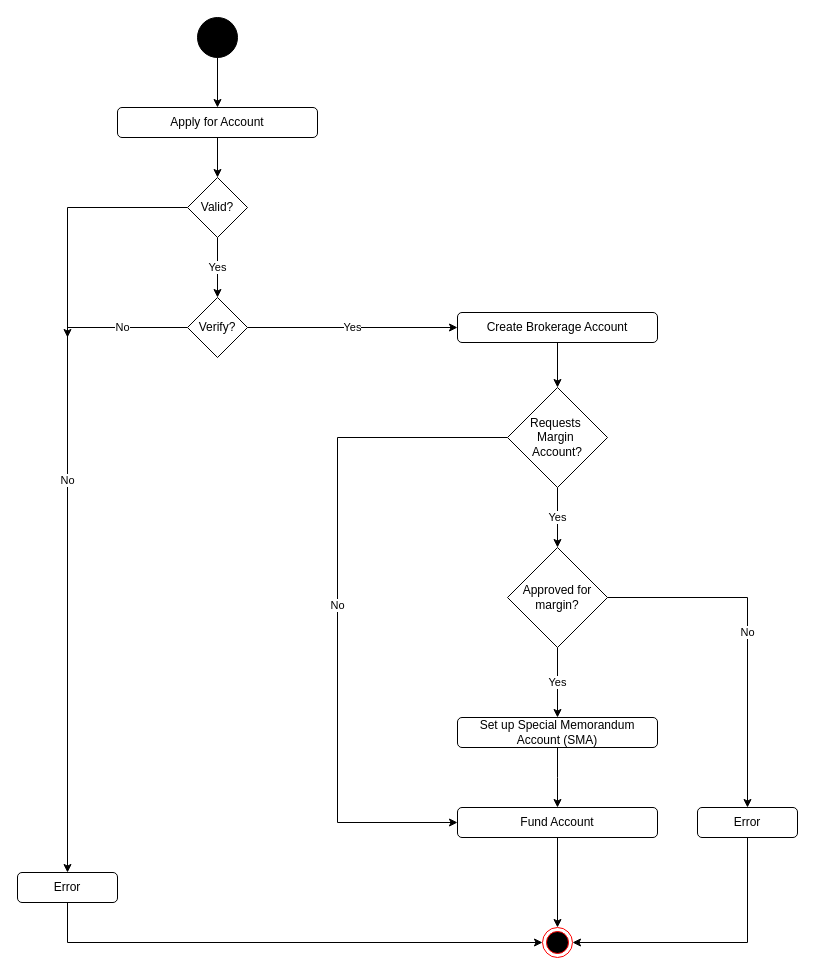
This is UC2:BuySecurity.drawio from dgboulger/SpoofTraderMarket, a draw.io file, before an edit. Source tidied: cells renumbered, new cells numbered last; positions are measured from the earlier drawing's top-left corner, leaving out a move shared by most shapes. Both pictures are drawn from the tidied source at 100%, with x=0, y=0 at pixel (17, 17).
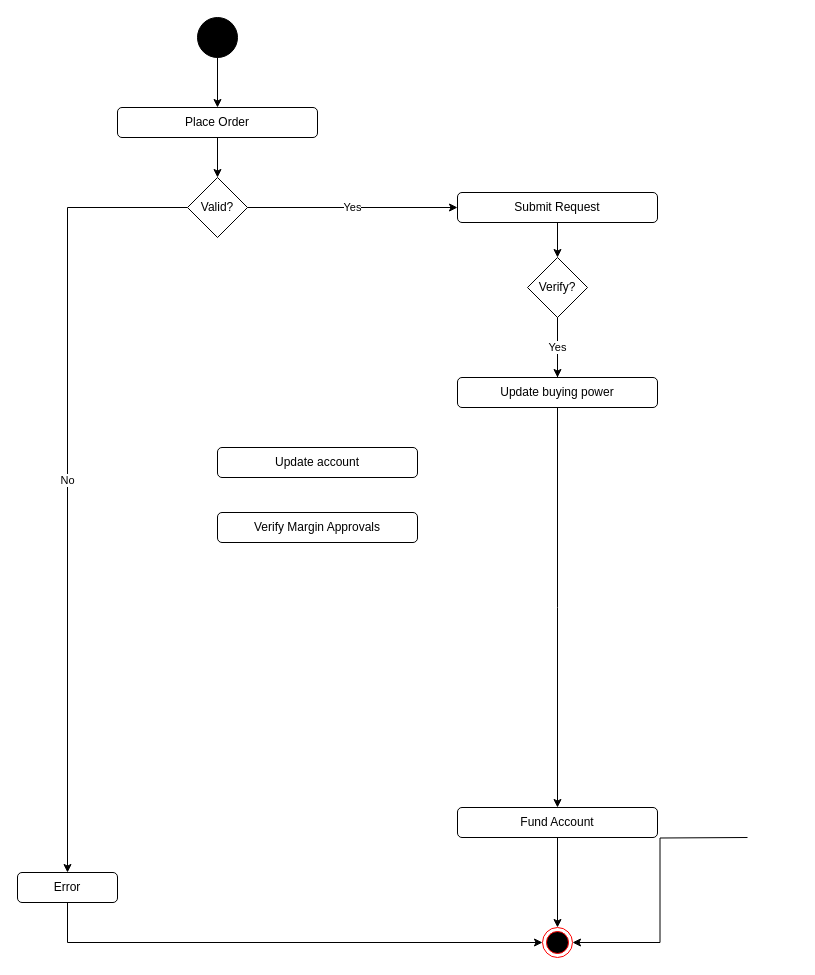
The same page after the edit.

Unchanged cells that the change refers to:
```xml
<mxCell id="8" value="Valid?" style="rhombus;whiteSpace=wrap;html=1;fillColor=#FFFFFF;" parent="1" vertex="1">
  <mxGeometry x="170" y="160" width="60" height="60" as="geometry" />
</mxCell>
<mxCell id="15" style="ellipse;html=1;shape=endState;fillColor=#000000;strokeColor=#ff0000;" parent="1" vertex="1">
  <mxGeometry x="525" y="910" width="30" height="30" as="geometry" />
</mxCell>
<mxCell id="21" value="Fund Account" style="rounded=1;whiteSpace=wrap;html=1;fillColor=#FFFFFF;" parent="1" vertex="1">
  <mxGeometry x="440" y="790" width="200" height="30" as="geometry" />
</mxCell>
```

Diff of the diagram source:
```diff
@@
-    <mxCell id="5" value="Apply for Account" style="rounded=1;whiteSpace=wrap;html=1;fillColor=#FFFFFF;" parent="1" vertex="1">
+    <mxCell id="5" value="Place Order" style="rounded=1;whiteSpace=wrap;html=1;fillColor=#FFFFFF;" parent="1" vertex="1">
       <mxGeometry x="100" y="90" width="200" height="30" as="geometry" />
     </mxCell>
-    <mxCell id="6" value="Yes" style="edgeStyle=orthogonalEdgeStyle;rounded=0;jettySize=auto;html=1;entryX=0.5;entryY=0;entryDx=0;entryDy=0;" parent="1" edge="1" source="8" target="26">
-      <mxGeometry relative="1" as="geometry" />
-    </mxCell>
@@
-    <mxCell id="9" value="Yes" style="edgeStyle=orthogonalEdgeStyle;rounded=0;jettySize=auto;html=1;exitX=0.5;exitY=1;exitDx=0;exitDy=0;" parent="1" edge="1" source="12" target="14">
-      <mxGeometry relative="1" as="geometry" />
-    </mxCell>
-    <mxCell id="10" value="No" style="edgeStyle=orthogonalEdgeStyle;rounded=0;jettySize=auto;html=1;entryX=0;entryY=0.5;entryDx=0;entryDy=0;exitX=0;exitY=0.5;exitDx=0;exitDy=0;" parent="1" edge="1" source="23" target="21">
-      <mxGeometry relative="1" as="geometry">
-        <Array as="points">
-          <mxPoint x="320" y="420" />
-          <mxPoint x="320" y="805" />
-        </Array>
-      </mxGeometry>
-    </mxCell>
-    <mxCell id="11" value="No" style="edgeStyle=orthogonalEdgeStyle;rounded=0;jettySize=auto;html=1;entryX=0.5;entryY=0;entryDx=0;entryDy=0;endArrow=classic;endFill=1;" parent="1" edge="1" source="12" target="28">
-      <mxGeometry relative="1" as="geometry" />
-    </mxCell>
-    <mxCell id="12" value="&lt;span&gt;Approved for margin?&lt;/span&gt;" style="rhombus;whiteSpace=wrap;html=1;fillColor=#FFFFFF;" parent="1" vertex="1">
-      <mxGeometry x="490" y="530" width="100" height="100" as="geometry" />
-    </mxCell>
@@
-    <mxCell id="14" value="Set up Special Memorandum Account (SMA)" style="rounded=1;whiteSpace=wrap;html=1;fillColor=#FFFFFF;" parent="1" vertex="1">
-      <mxGeometry x="440" y="700" width="200" height="30" as="geometry" />
-    </mxCell>
@@
-    <mxCell id="16" style="edgeStyle=orthogonalEdgeStyle;rounded=0;jettySize=auto;html=1;entryX=0.5;entryY=0;entryDx=0;entryDy=0;exitX=0.5;exitY=1;exitDx=0;exitDy=0;" parent="1" edge="1" source="17" target="23">
-      <mxGeometry relative="1" as="geometry" />
+    <mxCell id="16" style="edgeStyle=orthogonalEdgeStyle;rounded=0;jettySize=auto;html=1;entryX=0.5;entryY=0;entryDx=0;entryDy=0;exitX=0.5;exitY=1;exitDx=0;exitDy=0;" parent="1" edge="1" source="26">
+      <mxGeometry relative="1" as="geometry">
+        <mxPoint x="540" y="370" as="targetPoint" />
+      </mxGeometry>
     </mxCell>
-    <mxCell id="17" value="Create Brokerage Account" style="rounded=1;whiteSpace=wrap;html=1;fillColor=#FFFFFF;" parent="1" vertex="1">
-      <mxGeometry x="440" y="295" width="200" height="30" as="geometry" />
+    <mxCell id="17" value="Submit Request" style="rounded=1;whiteSpace=wrap;html=1;fillColor=#FFFFFF;" parent="1" vertex="1">
+      <mxGeometry x="440" y="175" width="200" height="30" as="geometry" />
     </mxCell>
@@
-    <mxCell id="22" value="Yes" style="edgeStyle=orthogonalEdgeStyle;rounded=0;jettySize=auto;html=1;entryX=0.5;entryY=0;entryDx=0;entryDy=0;" parent="1" edge="1" source="23" target="12">
-      <mxGeometry relative="1" as="geometry" />
-    </mxCell>
-    <mxCell id="23" value="Requests&amp;nbsp;&lt;br&gt;Margin&amp;nbsp;&lt;br&gt;Account?" style="rhombus;whiteSpace=wrap;html=1;fillColor=#FFFFFF;" parent="1" vertex="1">
-      <mxGeometry x="490" y="370" width="100" height="100" as="geometry" />
-    </mxCell>
-    <mxCell id="24" value="No" style="edgeStyle=orthogonalEdgeStyle;rounded=0;jettySize=auto;html=1;endArrow=classic;endFill=1;exitX=0;exitY=0.5;exitDx=0;exitDy=0;" parent="1" edge="1" source="26">
-      <mxGeometry relative="1" as="geometry">
-        <mxPoint x="50" y="320" as="targetPoint" />
-        <Array as="points">
-          <mxPoint x="50" y="310" />
-        </Array>
-      </mxGeometry>
-    </mxCell>
-    <mxCell id="25" value="Yes" style="edgeStyle=orthogonalEdgeStyle;rounded=0;jettySize=auto;html=1;entryX=0;entryY=0.5;entryDx=0;entryDy=0;endArrow=classic;endFill=1;" parent="1" edge="1" source="26" target="17">
+    <mxCell id="25" value="Yes" style="edgeStyle=orthogonalEdgeStyle;rounded=0;jettySize=auto;html=1;entryX=0;entryY=0.5;entryDx=0;entryDy=0;endArrow=classic;endFill=1;exitX=1;exitY=0.5;exitDx=0;exitDy=0;" parent="1" edge="1" source="8" target="17">
       <mxGeometry relative="1" as="geometry" />
     </mxCell>
+    <mxCell id="27" style="edgeStyle=orthogonalEdgeStyle;rounded=0;jettySize=auto;html=1;entryX=1;entryY=0.5;entryDx=0;entryDy=0;endArrow=classic;endFill=1;exitX=0.5;exitY=1;exitDx=0;exitDy=0;" parent="1" edge="1" target="15">
+      <mxGeometry relative="1" as="geometry">
+        <mxPoint x="730" y="820" as="sourcePoint" />
+      </mxGeometry>
+    </mxCell>
     <mxCell id="26" value="Verify?" style="rhombus;whiteSpace=wrap;html=1;fillColor=#FFFFFF;" parent="1" vertex="1">
-      <mxGeometry x="170" y="280" width="60" height="60" as="geometry" />
+      <mxGeometry x="510" y="240" width="60" height="60" as="geometry" />
     </mxCell>
-    <mxCell id="27" style="edgeStyle=orthogonalEdgeStyle;rounded=0;jettySize=auto;html=1;entryX=1;entryY=0.5;entryDx=0;entryDy=0;endArrow=classic;endFill=1;exitX=0.5;exitY=1;exitDx=0;exitDy=0;" parent="1" edge="1" source="28" target="15">
-      <mxGeometry relative="1" as="geometry" />
-    </mxCell>
-    <mxCell id="28" value="Error" style="rounded=1;whiteSpace=wrap;html=1;fillColor=#FFFFFF;" parent="1" vertex="1">
-      <mxGeometry x="680" y="790" width="100" height="30" as="geometry" />
-    </mxCell>
+    <mxCell id="29" style="edgeStyle=orthogonalEdgeStyle;rounded=0;jettySize=auto;html=1;entryX=0.5;entryY=0;entryDx=0;entryDy=0;exitX=0.5;exitY=1;exitDx=0;exitDy=0;" parent="1" edge="1" source="17" target="26">
+      <mxGeometry relative="1" as="geometry" />
+    </mxCell>
+    <mxCell id="14" value="Update buying power" style="rounded=1;whiteSpace=wrap;html=1;fillColor=#FFFFFF;" parent="1" vertex="1">
+      <mxGeometry x="440" y="360" width="200" height="30" as="geometry" />
+    </mxCell>
+    <mxCell id="30" value="Yes" style="edgeStyle=orthogonalEdgeStyle;rounded=0;jettySize=auto;html=1;entryX=0.5;entryY=0;entryDx=0;entryDy=0;exitX=0.5;exitY=1;exitDx=0;exitDy=0;" parent="1" edge="1" source="26" target="14">
+      <mxGeometry relative="1" as="geometry" />
+    </mxCell>
+    <mxCell id="31" value="Verify Margin Approvals" style="rounded=1;whiteSpace=wrap;html=1;fillColor=#FFFFFF;" parent="1" vertex="1">
+      <mxGeometry x="200" y="495" width="200" height="30" as="geometry" />
+    </mxCell>
+    <mxCell id="32" value="Update account" style="rounded=1;whiteSpace=wrap;html=1;fillColor=#FFFFFF;" parent="1" vertex="1">
+      <mxGeometry x="200" y="430" width="200" height="30" as="geometry" />
+    </mxCell>
```
